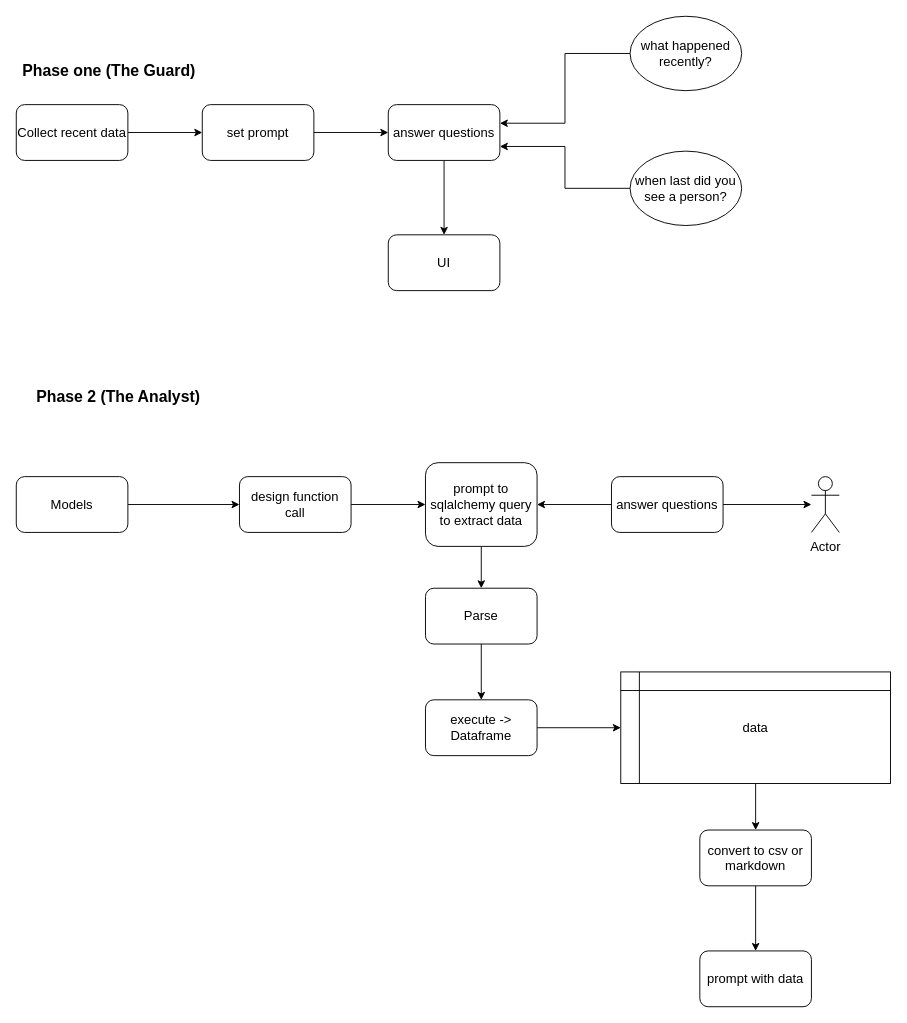
Before: page "LLM Planning" (3 of 3) of SecurAI.drawio in VertigoOne1/securia, a draw.io diagram. Source tidied: cells renumbered, new cells numbered last; positions are measured from the earlier drawing's top-left corner, leaving out a move shared by most shapes. Both pictures are drawn from the tidied source at 93%, with x=0, y=0 at pixel (16, 16).
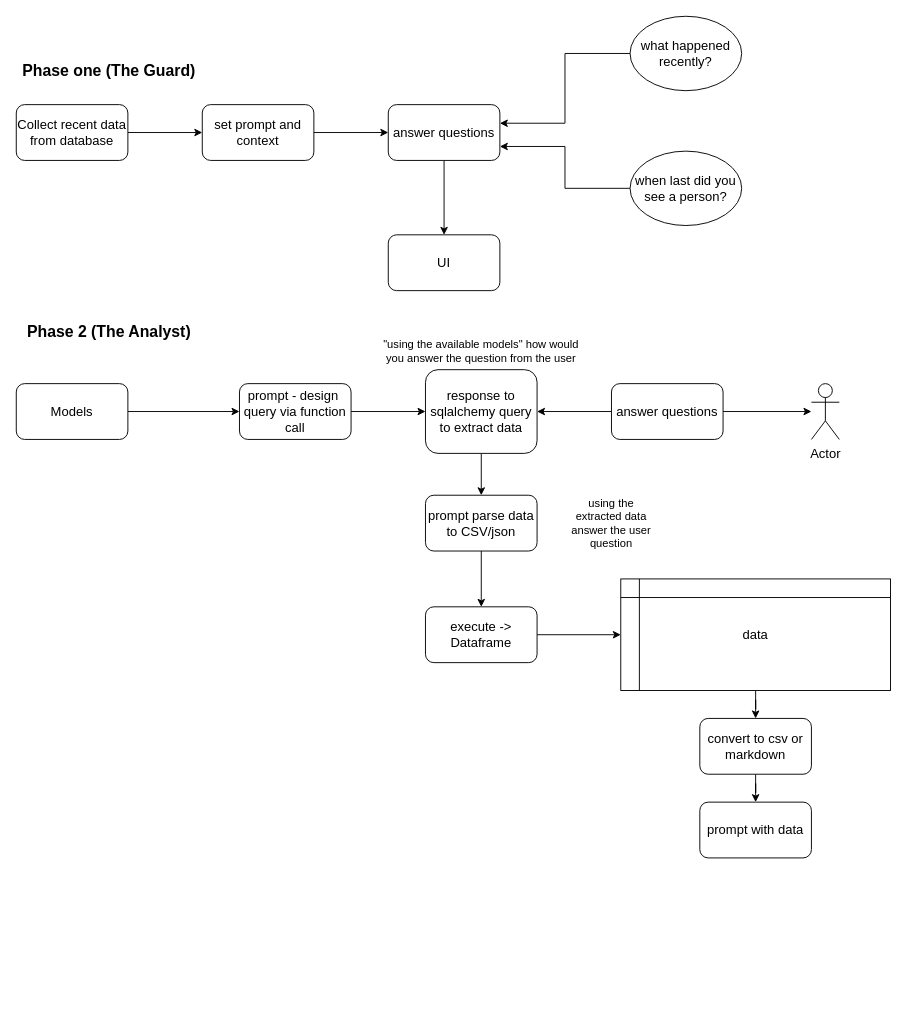
The same diagram, later.

Change to the diagram source:
```diff
@@
-    <mxCell id="4" value="Collect recent data" style="rounded=1;whiteSpace=wrap;html=1;fontSize=14;" parent="1" vertex="1">
+    <mxCell id="4" value="Collect recent data from database" style="rounded=1;whiteSpace=wrap;html=1;fontSize=14;" parent="1" vertex="1">
       <mxGeometry y="95" width="120" height="60" as="geometry" />
     </mxCell>
@@
-    <mxCell id="6" value="set prompt" style="rounded=1;whiteSpace=wrap;html=1;fontSize=14;" parent="1" vertex="1">
+    <mxCell id="6" value="set prompt and context" style="rounded=1;whiteSpace=wrap;html=1;fontSize=14;" parent="1" vertex="1">
       <mxGeometry x="200" y="95" width="120" height="60" as="geometry" />
     </mxCell>
@@
     <mxCell id="14" value="Phase 2 (The Analyst)" style="text;html=1;strokeColor=none;fillColor=none;align=center;verticalAlign=middle;whiteSpace=wrap;rounded=0;fontStyle=1;fontSize=17;" parent="1" vertex="1">
-      <mxGeometry x="10" y="395" width="200" height="30" as="geometry" />
+      <mxGeometry y="325" width="200" height="30" as="geometry" />
     </mxCell>
@@
     <mxCell id="16" value="Models" style="rounded=1;whiteSpace=wrap;html=1;fontSize=14;" parent="1" vertex="1">
-      <mxGeometry y="495" width="120" height="60" as="geometry" />
+      <mxGeometry y="395" width="120" height="60" as="geometry" />
     </mxCell>
@@
-    <mxCell id="18" value="design function call" style="rounded=1;whiteSpace=wrap;html=1;fontSize=14;" parent="1" vertex="1">
-      <mxGeometry x="240" y="495" width="120" height="60" as="geometry" />
+    <mxCell id="18" value="prompt - design&amp;nbsp; query via function call" style="rounded=1;whiteSpace=wrap;html=1;fontSize=14;" parent="1" vertex="1">
+      <mxGeometry x="240" y="395" width="120" height="60" as="geometry" />
     </mxCell>
@@
-    <mxCell id="20" value="prompt to sqlalchemy query to extract data" style="rounded=1;whiteSpace=wrap;html=1;fontSize=14;" parent="1" vertex="1">
-      <mxGeometry x="440" y="480" width="120" height="90" as="geometry" />
+    <mxCell id="20" value="response to sqlalchemy query to extract data" style="rounded=1;whiteSpace=wrap;html=1;fontSize=14;" parent="1" vertex="1">
+      <mxGeometry x="440" y="380" width="120" height="90" as="geometry" />
     </mxCell>
@@
     <mxCell id="23" value="answer questions" style="rounded=1;whiteSpace=wrap;html=1;fontSize=14;" parent="1" vertex="1">
-      <mxGeometry x="640" y="495" width="120" height="60" as="geometry" />
+      <mxGeometry x="640" y="395" width="120" height="60" as="geometry" />
     </mxCell>
@@
-    <mxCell id="25" value="Parse" style="rounded=1;whiteSpace=wrap;html=1;fontSize=14;" parent="1" vertex="1">
-      <mxGeometry x="440" y="615" width="120" height="60" as="geometry" />
+    <mxCell id="25" value="prompt parse data to CSV/json" style="rounded=1;whiteSpace=wrap;html=1;fontSize=14;" parent="1" vertex="1">
+      <mxGeometry x="440" y="515" width="120" height="60" as="geometry" />
     </mxCell>
@@
     <mxCell id="27" value="execute -&amp;gt; Dataframe" style="rounded=1;whiteSpace=wrap;html=1;fontSize=14;" parent="1" vertex="1">
-      <mxGeometry x="440" y="735" width="120" height="60" as="geometry" />
+      <mxGeometry x="440" y="635" width="120" height="60" as="geometry" />
     </mxCell>
@@
     <mxCell id="29" value="data" style="shape=internalStorage;whiteSpace=wrap;html=1;backgroundOutline=1;fontSize=14;" parent="1" vertex="1">
-      <mxGeometry x="650" y="705" width="290" height="120" as="geometry" />
+      <mxGeometry x="650" y="605" width="290" height="120" as="geometry" />
     </mxCell>
     <mxCell id="30" value="prompt with data" style="rounded=1;whiteSpace=wrap;html=1;fontSize=14;" parent="1" vertex="1">
-      <mxGeometry x="735" y="1005" width="120" height="60" as="geometry" />
+      <mxGeometry x="735" y="845" width="120" height="60" as="geometry" />
     </mxCell>
     <mxCell id="31" value="Actor" style="shape=umlActor;verticalLabelPosition=bottom;verticalAlign=top;html=1;outlineConnect=0;fontSize=14;" parent="1" vertex="1">
-      <mxGeometry x="855" y="495" width="30" height="60" as="geometry" />
+      <mxGeometry x="855" y="395" width="30" height="60" as="geometry" />
     </mxCell>
@@
     <mxCell id="33" value="convert to csv or markdown" style="rounded=1;whiteSpace=wrap;html=1;fontSize=14;" parent="1" vertex="1">
-      <mxGeometry x="735" y="875" width="120" height="60" as="geometry" />
+      <mxGeometry x="735" y="755" width="120" height="60" as="geometry" />
     </mxCell>
+    <mxCell id="34" value="&quot;using the available models&quot; how would you answer the question from the user" style="text;html=1;strokeColor=none;fillColor=none;align=center;verticalAlign=middle;whiteSpace=wrap;rounded=0;" parent="1" vertex="1">
+      <mxGeometry x="390" y="345" width="220" height="30" as="geometry" />
+    </mxCell>
+    <mxCell id="35" value="using the extracted data answer the user question" style="text;html=1;strokeColor=none;fillColor=none;align=center;verticalAlign=middle;whiteSpace=wrap;rounded=0;" parent="1" vertex="1">
+      <mxGeometry x="590" y="530" width="100" height="30" as="geometry" />
+    </mxCell>
```
